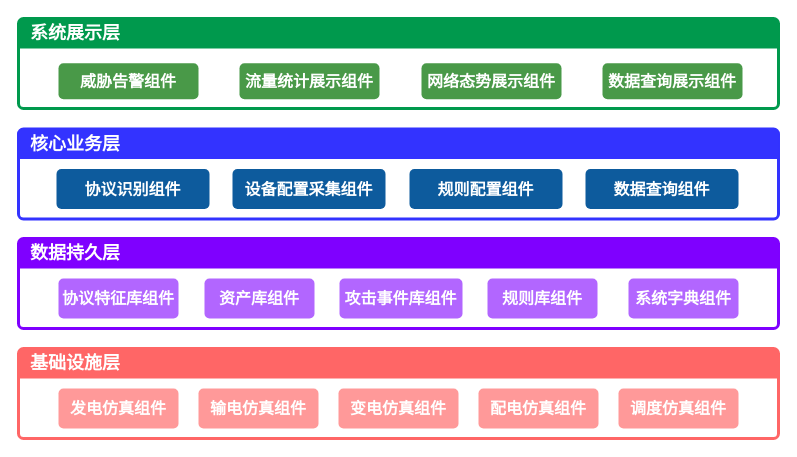
Earlier version of the draw.io diagram page "入侵检测" (3 of 4) of 功能组件.drawio (ytwei72/drawio). Source tidied: cells renumbered, new cells numbered last; positions are measured from the earlier drawing's top-left corner, leaving out a move shared by most shapes. Both pictures are drawn from the tidied source at 100%, with x=0, y=0 at pixel (18, 18).
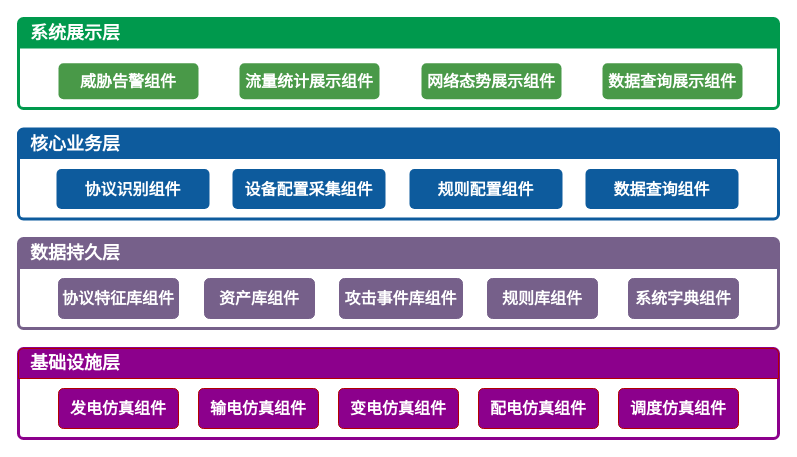
The same diagram, later.

Diff of the diagram source:
```diff
@@
-    <mxCell id="8" style="html=1;shadow=0;dashed=0;shape=mxgraph.bootstrap.rrect;align=center;rSize=5;strokeColor=#3333FF;fontColor=#f0f0f0;spacingTop=30;whiteSpace=wrap;fillColor=none;strokeWidth=3;" parent="1" vertex="1">
+    <mxCell id="8" style="html=1;shadow=0;dashed=0;shape=mxgraph.bootstrap.rrect;align=center;rSize=5;strokeColor=#0D5B9D;fontColor=#f0f0f0;spacingTop=30;whiteSpace=wrap;fillColor=none;strokeWidth=3;" parent="1" vertex="1">
       <mxGeometry y="110.5" width="760" height="90" as="geometry" />
     </mxCell>
-    <mxCell id="9" value="核心业务层" style="html=1;shadow=0;dashed=0;shape=mxgraph.bootstrap.topButton;rSize=5;strokeColor=none;fillColor=#3333FF;fontColor=#FFFFFF;fontSize=18;fontStyle=1;align=left;spacingLeft=10;whiteSpace=wrap;" parent="8" vertex="1">
+    <mxCell id="9" value="核心业务层" style="html=1;shadow=0;dashed=0;shape=mxgraph.bootstrap.topButton;rSize=5;strokeColor=none;fillColor=#0D5B9D;fontColor=#FFFFFF;fontSize=18;fontStyle=1;align=left;spacingLeft=10;whiteSpace=wrap;" parent="8" vertex="1">
       <mxGeometry width="760" height="30" relative="1" as="geometry" />
     </mxCell>
@@
-    <mxCell id="14" style="html=1;shadow=0;dashed=0;shape=mxgraph.bootstrap.rrect;align=center;rSize=5;strokeColor=#7F00FF;fontColor=#f0f0f0;spacingTop=30;whiteSpace=wrap;fillColor=none;strokeWidth=3;" parent="1" vertex="1">
+    <mxCell id="14" style="html=1;shadow=0;dashed=0;shape=mxgraph.bootstrap.rrect;align=center;rSize=5;strokeColor=#76608A;fontColor=#f0f0f0;spacingTop=30;whiteSpace=wrap;fillColor=none;strokeWidth=3;" parent="1" vertex="1">
       <mxGeometry y="220" width="760" height="90" as="geometry" />
     </mxCell>
-    <mxCell id="15" value="数据持久层" style="html=1;shadow=0;dashed=0;shape=mxgraph.bootstrap.topButton;rSize=5;strokeColor=none;fillColor=#7F00FF;fontColor=#FFFFFF;fontSize=18;fontStyle=1;align=left;spacingLeft=10;whiteSpace=wrap;" parent="14" vertex="1">
+    <mxCell id="15" value="数据持久层" style="html=1;shadow=0;dashed=0;shape=mxgraph.bootstrap.topButton;rSize=5;strokeColor=#76608A;fillColor=#76608A;fontColor=#ffffff;fontSize=18;fontStyle=1;align=left;spacingLeft=10;whiteSpace=wrap;" parent="14" vertex="1">
       <mxGeometry width="760" height="30" relative="1" as="geometry" />
     </mxCell>
-    <mxCell id="16" value="协议特征库组件" style="html=1;shadow=0;dashed=0;shape=mxgraph.bootstrap.rrect;align=center;rSize=5;strokeColor=none;fillColor=#B266FF;fontColor=#ffffff;fontStyle=1;whiteSpace=wrap;fontSize=16;fontFamily=楷体;" parent="14" vertex="1">
+    <mxCell id="16" value="协议特征库组件" style="html=1;shadow=0;dashed=0;shape=mxgraph.bootstrap.rrect;align=center;rSize=5;strokeColor=#76608A;fillColor=#76608A;fontColor=#ffffff;fontStyle=1;whiteSpace=wrap;fontSize=16;fontFamily=楷体;" parent="14" vertex="1">
       <mxGeometry x="40" y="40" width="120" height="40" as="geometry" />
     </mxCell>
-    <mxCell id="17" value="资产库组件" style="html=1;shadow=0;dashed=0;shape=mxgraph.bootstrap.rrect;align=center;rSize=5;strokeColor=none;fillColor=#B266FF;fontColor=#ffffff;fontStyle=1;whiteSpace=wrap;fontSize=16;fontFamily=楷体;" parent="14" vertex="1">
+    <mxCell id="17" value="资产库组件" style="html=1;shadow=0;dashed=0;shape=mxgraph.bootstrap.rrect;align=center;rSize=5;strokeColor=#76608A;fillColor=#76608A;fontColor=#ffffff;fontStyle=1;whiteSpace=wrap;fontSize=16;fontFamily=楷体;" parent="14" vertex="1">
       <mxGeometry x="186" y="40" width="110" height="40" as="geometry" />
     </mxCell>
-    <mxCell id="18" value="规则库组件" style="html=1;shadow=0;dashed=0;shape=mxgraph.bootstrap.rrect;align=center;rSize=5;strokeColor=none;fillColor=#B266FF;fontColor=#ffffff;fontStyle=1;whiteSpace=wrap;fontSize=16;fontFamily=楷体;" parent="14" vertex="1">
+    <mxCell id="18" value="规则库组件" style="html=1;shadow=0;dashed=0;shape=mxgraph.bootstrap.rrect;align=center;rSize=5;strokeColor=#76608A;fillColor=#76608A;fontColor=#ffffff;fontStyle=1;whiteSpace=wrap;fontSize=16;fontFamily=楷体;" parent="14" vertex="1">
       <mxGeometry x="469" y="40" width="110" height="40" as="geometry" />
     </mxCell>
-    <mxCell id="19" value="系统字典组件" style="html=1;shadow=0;dashed=0;shape=mxgraph.bootstrap.rrect;align=center;rSize=5;strokeColor=none;fillColor=#B266FF;fontColor=#ffffff;fontStyle=1;whiteSpace=wrap;fontSize=16;fontFamily=楷体;" parent="14" vertex="1">
+    <mxCell id="19" value="系统字典组件" style="html=1;shadow=0;dashed=0;shape=mxgraph.bootstrap.rrect;align=center;rSize=5;strokeColor=#76608A;fillColor=#76608A;fontColor=#ffffff;fontStyle=1;whiteSpace=wrap;fontSize=16;fontFamily=楷体;" parent="14" vertex="1">
       <mxGeometry x="610" y="40" width="110" height="40" as="geometry" />
     </mxCell>
-    <mxCell id="20" value="攻击事件库组件" style="html=1;shadow=0;dashed=0;shape=mxgraph.bootstrap.rrect;align=center;rSize=5;strokeColor=none;fillColor=#B266FF;fontColor=#ffffff;fontStyle=1;whiteSpace=wrap;fontSize=16;fontFamily=楷体;" parent="14" vertex="1">
+    <mxCell id="20" value="攻击事件库组件" style="html=1;shadow=0;dashed=0;shape=mxgraph.bootstrap.rrect;align=center;rSize=5;strokeColor=#76608A;fillColor=#76608A;fontColor=#ffffff;fontStyle=1;whiteSpace=wrap;fontSize=16;fontFamily=楷体;" parent="14" vertex="1">
       <mxGeometry x="321" y="40" width="123" height="40" as="geometry" />
     </mxCell>
-    <mxCell id="21" style="html=1;shadow=0;dashed=0;shape=mxgraph.bootstrap.rrect;align=center;rSize=5;strokeColor=#FF6666;fontColor=#f0f0f0;spacingTop=30;whiteSpace=wrap;fillColor=none;strokeWidth=3;" parent="1" vertex="1">
+    <mxCell id="21" style="html=1;shadow=0;dashed=0;shape=mxgraph.bootstrap.rrect;align=center;rSize=5;strokeColor=#8C008C;fontColor=#f0f0f0;spacingTop=30;whiteSpace=wrap;fillColor=none;strokeWidth=3;" parent="1" vertex="1">
       <mxGeometry y="330" width="760" height="90" as="geometry" />
     </mxCell>
-    <mxCell id="22" value="基础设施层" style="html=1;shadow=0;dashed=0;shape=mxgraph.bootstrap.topButton;rSize=5;strokeColor=none;fillColor=#FF6666;fontColor=#FFFFFF;fontSize=18;fontStyle=1;align=left;spacingLeft=10;whiteSpace=wrap;" parent="21" vertex="1">
+    <mxCell id="22" value="基础设施层" style="html=1;shadow=0;dashed=0;shape=mxgraph.bootstrap.topButton;rSize=5;strokeColor=#B20000;fillColor=#8C008C;fontColor=#ffffff;fontSize=18;fontStyle=1;align=left;spacingLeft=10;whiteSpace=wrap;" parent="21" vertex="1">
       <mxGeometry width="760" height="30" relative="1" as="geometry" />
     </mxCell>
-    <mxCell id="23" value="发电仿真组件" style="html=1;shadow=0;dashed=0;shape=mxgraph.bootstrap.rrect;align=center;rSize=5;strokeColor=none;fillColor=#FF9999;fontColor=#ffffff;fontStyle=1;whiteSpace=wrap;fontSize=16;fontFamily=楷体;" parent="21" vertex="1">
+    <mxCell id="23" value="发电仿真组件" style="html=1;shadow=0;dashed=0;shape=mxgraph.bootstrap.rrect;align=center;rSize=5;strokeColor=#B20000;fillColor=#8C008C;fontColor=#ffffff;fontStyle=1;whiteSpace=wrap;fontSize=16;fontFamily=楷体;" parent="21" vertex="1">
       <mxGeometry x="40" y="40" width="120" height="40" as="geometry" />
     </mxCell>
-    <mxCell id="24" value="输电仿真组件" style="html=1;shadow=0;dashed=0;shape=mxgraph.bootstrap.rrect;align=center;rSize=5;strokeColor=none;fillColor=#FF9999;fontColor=#ffffff;fontStyle=1;whiteSpace=wrap;fontSize=16;fontFamily=楷体;" parent="21" vertex="1">
+    <mxCell id="24" value="输电仿真组件" style="html=1;shadow=0;dashed=0;shape=mxgraph.bootstrap.rrect;align=center;rSize=5;strokeColor=#B20000;fillColor=#8C008C;fontColor=#ffffff;fontStyle=1;whiteSpace=wrap;fontSize=16;fontFamily=楷体;" parent="21" vertex="1">
       <mxGeometry x="180" y="40" width="120" height="40" as="geometry" />
     </mxCell>
-    <mxCell id="25" value="变电仿真组件" style="html=1;shadow=0;dashed=0;shape=mxgraph.bootstrap.rrect;align=center;rSize=5;strokeColor=none;fillColor=#FF9999;fontColor=#ffffff;fontStyle=1;whiteSpace=wrap;fontSize=16;fontFamily=楷体;" parent="21" vertex="1">
+    <mxCell id="25" value="变电仿真组件" style="html=1;shadow=0;dashed=0;shape=mxgraph.bootstrap.rrect;align=center;rSize=5;strokeColor=#B20000;fillColor=#8C008C;fontColor=#ffffff;fontStyle=1;whiteSpace=wrap;fontSize=16;fontFamily=楷体;" parent="21" vertex="1">
       <mxGeometry x="320" y="40" width="120" height="40" as="geometry" />
     </mxCell>
-    <mxCell id="26" value="配电仿真组件" style="html=1;shadow=0;dashed=0;shape=mxgraph.bootstrap.rrect;align=center;rSize=5;strokeColor=none;fillColor=#FF9999;fontColor=#ffffff;fontStyle=1;whiteSpace=wrap;fontSize=16;fontFamily=楷体;" parent="21" vertex="1">
+    <mxCell id="26" value="配电仿真组件" style="html=1;shadow=0;dashed=0;shape=mxgraph.bootstrap.rrect;align=center;rSize=5;strokeColor=#B20000;fillColor=#8C008C;fontColor=#ffffff;fontStyle=1;whiteSpace=wrap;fontSize=16;fontFamily=楷体;" parent="21" vertex="1">
       <mxGeometry x="460" y="40" width="120" height="40" as="geometry" />
     </mxCell>
-    <mxCell id="27" value="调度仿真组件" style="html=1;shadow=0;dashed=0;shape=mxgraph.bootstrap.rrect;align=center;rSize=5;strokeColor=none;fillColor=#FF9999;fontColor=#ffffff;fontStyle=1;whiteSpace=wrap;fontSize=16;fontFamily=楷体;" parent="21" vertex="1">
+    <mxCell id="27" value="调度仿真组件" style="html=1;shadow=0;dashed=0;shape=mxgraph.bootstrap.rrect;align=center;rSize=5;strokeColor=#B20000;fillColor=#8C008C;fontColor=#ffffff;fontStyle=1;whiteSpace=wrap;fontSize=16;fontFamily=楷体;" parent="21" vertex="1">
       <mxGeometry x="600" y="40" width="120" height="40" as="geometry" />
     </mxCell>
```
